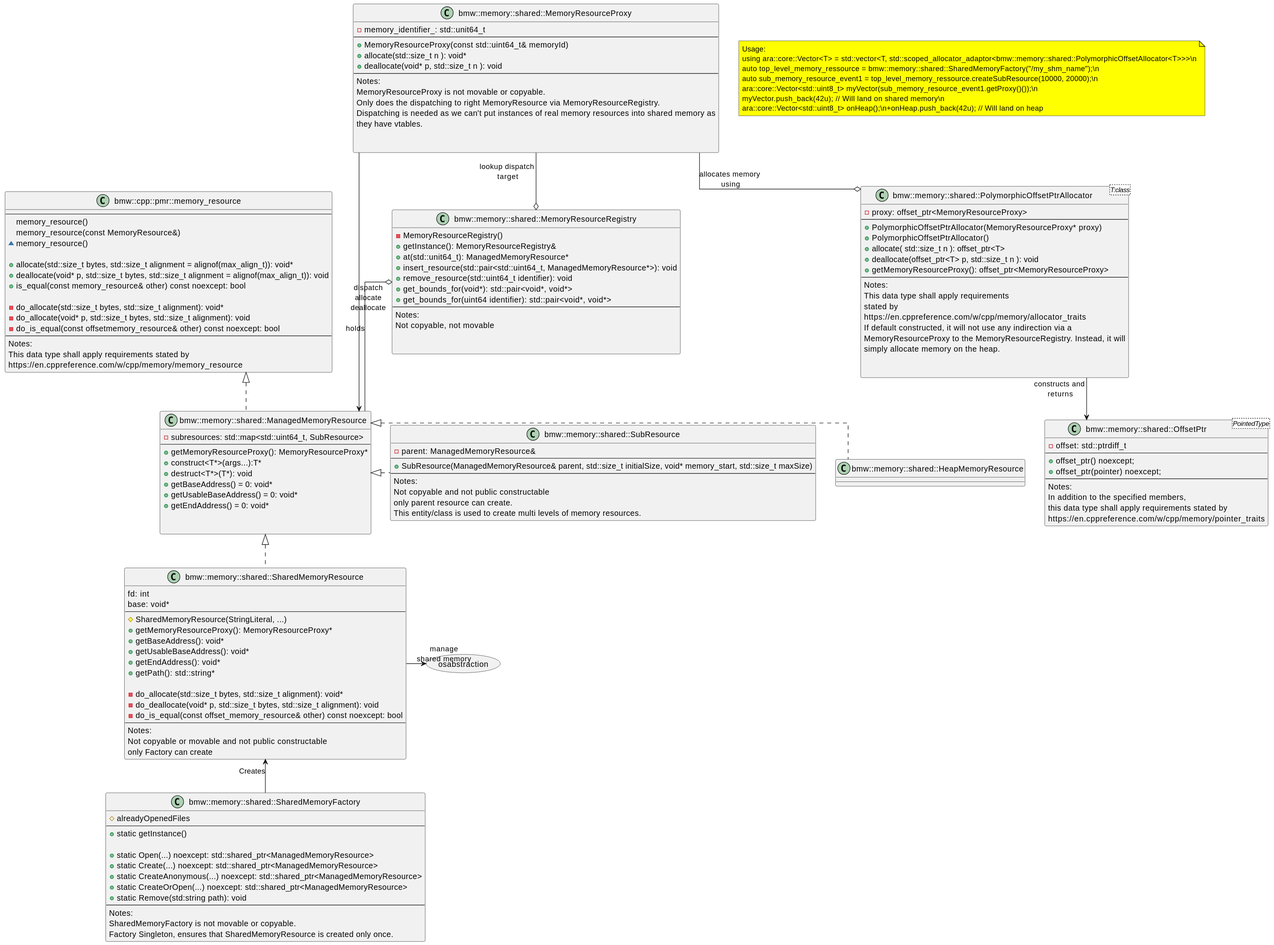
The PlantUML diagram score/memory/design/shared_memory/generated/svg/memory_allocation.svg in eclipse-score/communication, before a commit.
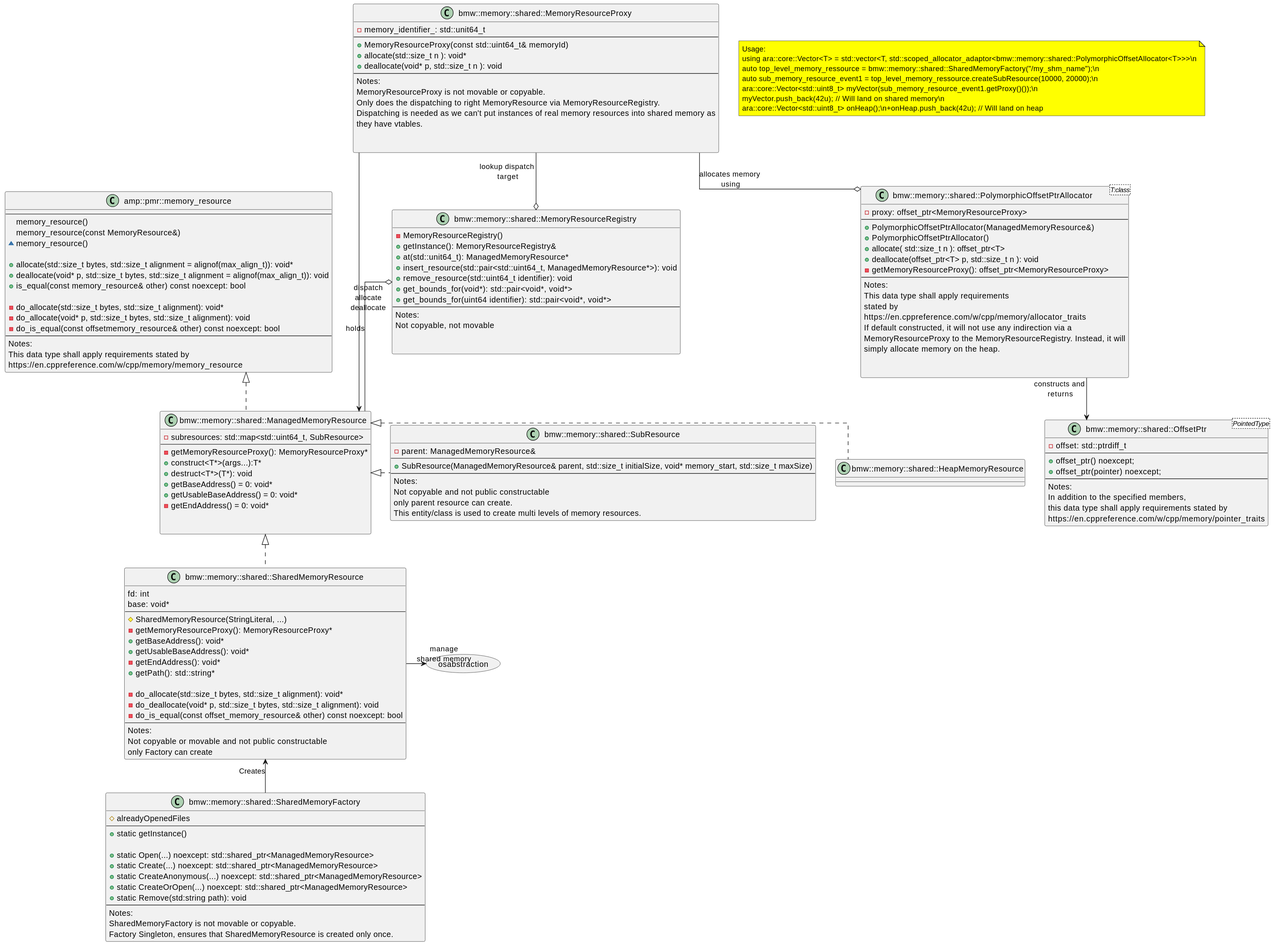
Above is the later version.

Commit message:
lib/memory: update UML diagrams

Some accessibility specifiers for the ManagedMemoryResource do not
reflect the current state of implementation.

GIT_ORIGIN_SPP_REV_ID: 2ce31f5d31b76058115a7caba104f6a88201be10

Change to the diagram source:
```diff
@@ -15,7 +15,7 @@
 end note
 
 
-class "bmw::cpp::pmr::memory_resource" as MemoryResource
+class "amp::pmr::memory_resource" as MemoryResource
 {
   --
   memory_resource()
@@ -54,12 +54,12 @@
 {
   -subresources: std::map<std::uint64_t, SubResource>
   --
-  +getMemoryResourceProxy(): MemoryResourceProxy*
+  -getMemoryResourceProxy(): MemoryResourceProxy*
   +construct<T*>(args...):T*
   +destruct<T*>(T*): void
   +getBaseAddress() = 0: void*
   +getUsableBaseAddress() = 0: void*
-  +getEndAddress() = 0: void*
+  -getEndAddress() = 0: void*
 
 
 }
@@ -70,10 +70,10 @@
   base: void*
   --
   # SharedMemoryResource(StringLiteral, ...)
-  + getMemoryResourceProxy(): MemoryResourceProxy*
+  - getMemoryResourceProxy(): MemoryResourceProxy*
   + getBaseAddress(): void*
   + getUsableBaseAddress(): void*
-  + getEndAddress(): void*
+  - getEndAddress(): void*
   + getPath(): std::string*
 
   - do_allocate(std::size_t bytes, std::size_t alignment): void*
@@ -121,11 +121,11 @@
 {
   - proxy: offset_ptr<MemoryResourceProxy>
   --
-  + PolymorphicOffsetPtrAllocator(MemoryResourceProxy* proxy)
+  + PolymorphicOffsetPtrAllocator(ManagedMemoryResource&)
   + PolymorphicOffsetPtrAllocator()
   + allocate( std::size_t n ): offset_ptr<T>
   + deallocate(offset_ptr<T> p, std::size_t n ): void
-  + getMemoryResourceProxy(): offset_ptr<MemoryResourceProxy>
+  - getMemoryResourceProxy(): offset_ptr<MemoryResourceProxy>
   --
   Notes:
   This data type shall apply requirements
```
